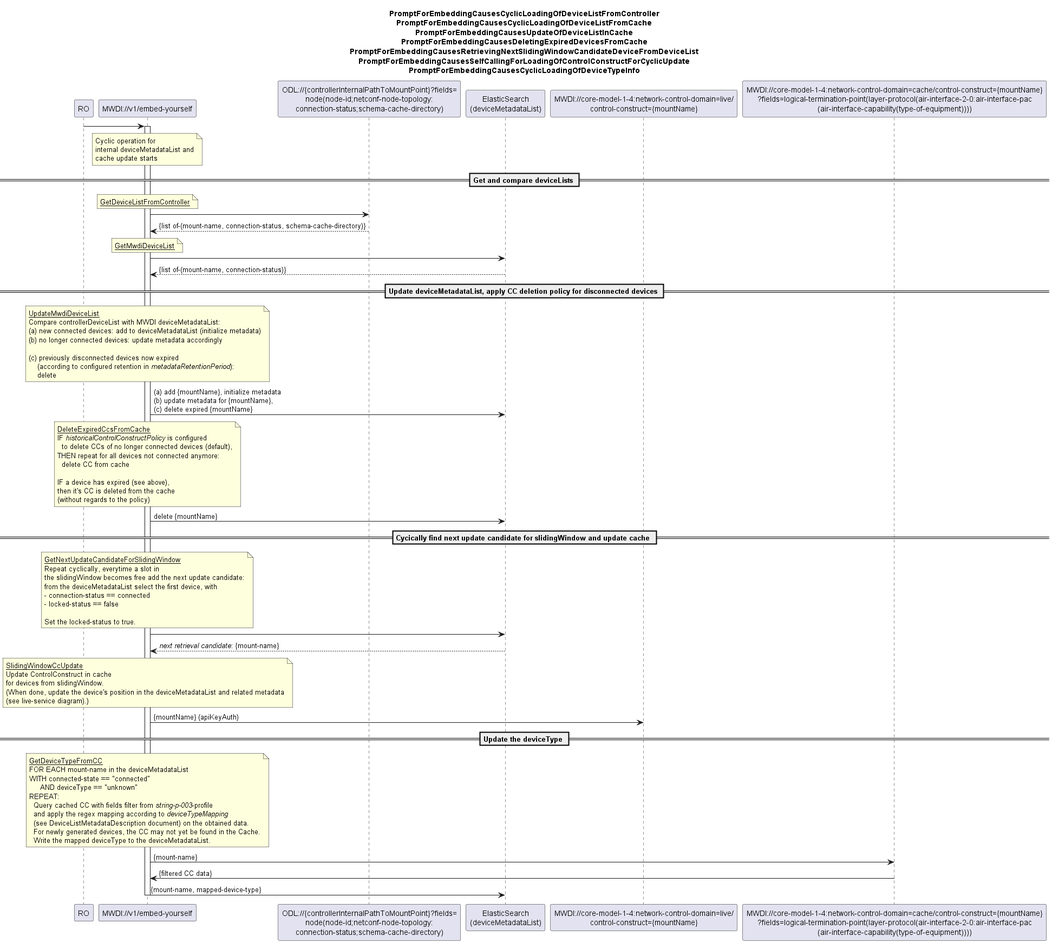
The PlantUML diagram spec/diagrams/00x_CyclicOperationBasedDeviceListSync.png in openBackhaul/MicroWaveDeviceInventory, before a commit.
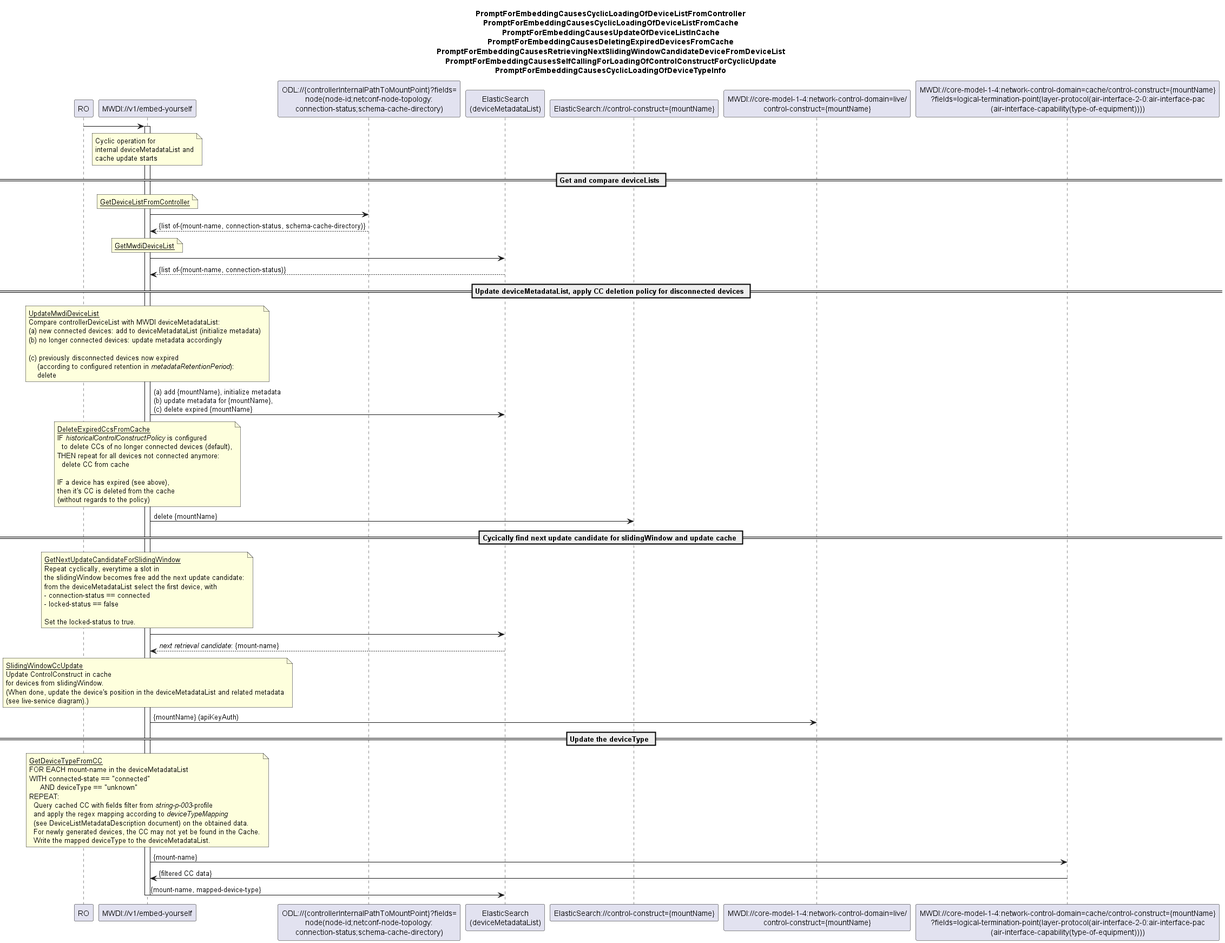
Above is the later version.

The edit, as a diff of the source:
```diff
@@ -15,10 +15,9 @@
 participant "MWDI://v1/embed-yourself" as mwdi
 participant "ODL://{controllerInternalPathToMountPoint}?fields=\nnode(node-id;netconf-node-topology:\nconnection-status;schema-cache-directory)" as odlConnectionStatus
 participant "ElasticSearch\n(deviceMetadataList)" as deviceList
+participant "ElasticSearch://control-construct={mountName}" as ccInCache
 participant "MWDI://core-model-1-4:network-control-domain=live/\ncontrol-construct={mountName}" as ControlConstruct
 participant "MWDI://core-model-1-4:network-control-domain=cache/control-construct={mountName}\n?fields=logical-termination-point(layer-protocol(air-interface-2-0:air-interface-pac\n(air-interface-capability(type-of-equipment))))" as mwdiDevType
-
-
 
 ro -> mwdi
 activate mwdi
@@ -68,7 +67,7 @@
   then it's CC is deleted from the cache
   (without regards to the policy)
 end note
-mwdi -> deviceList: delete {mountName}
+mwdi -> ccInCache: delete {mountName}
 
 == Cycically find next update candidate for slidingWindow and update cache ==
 
```
